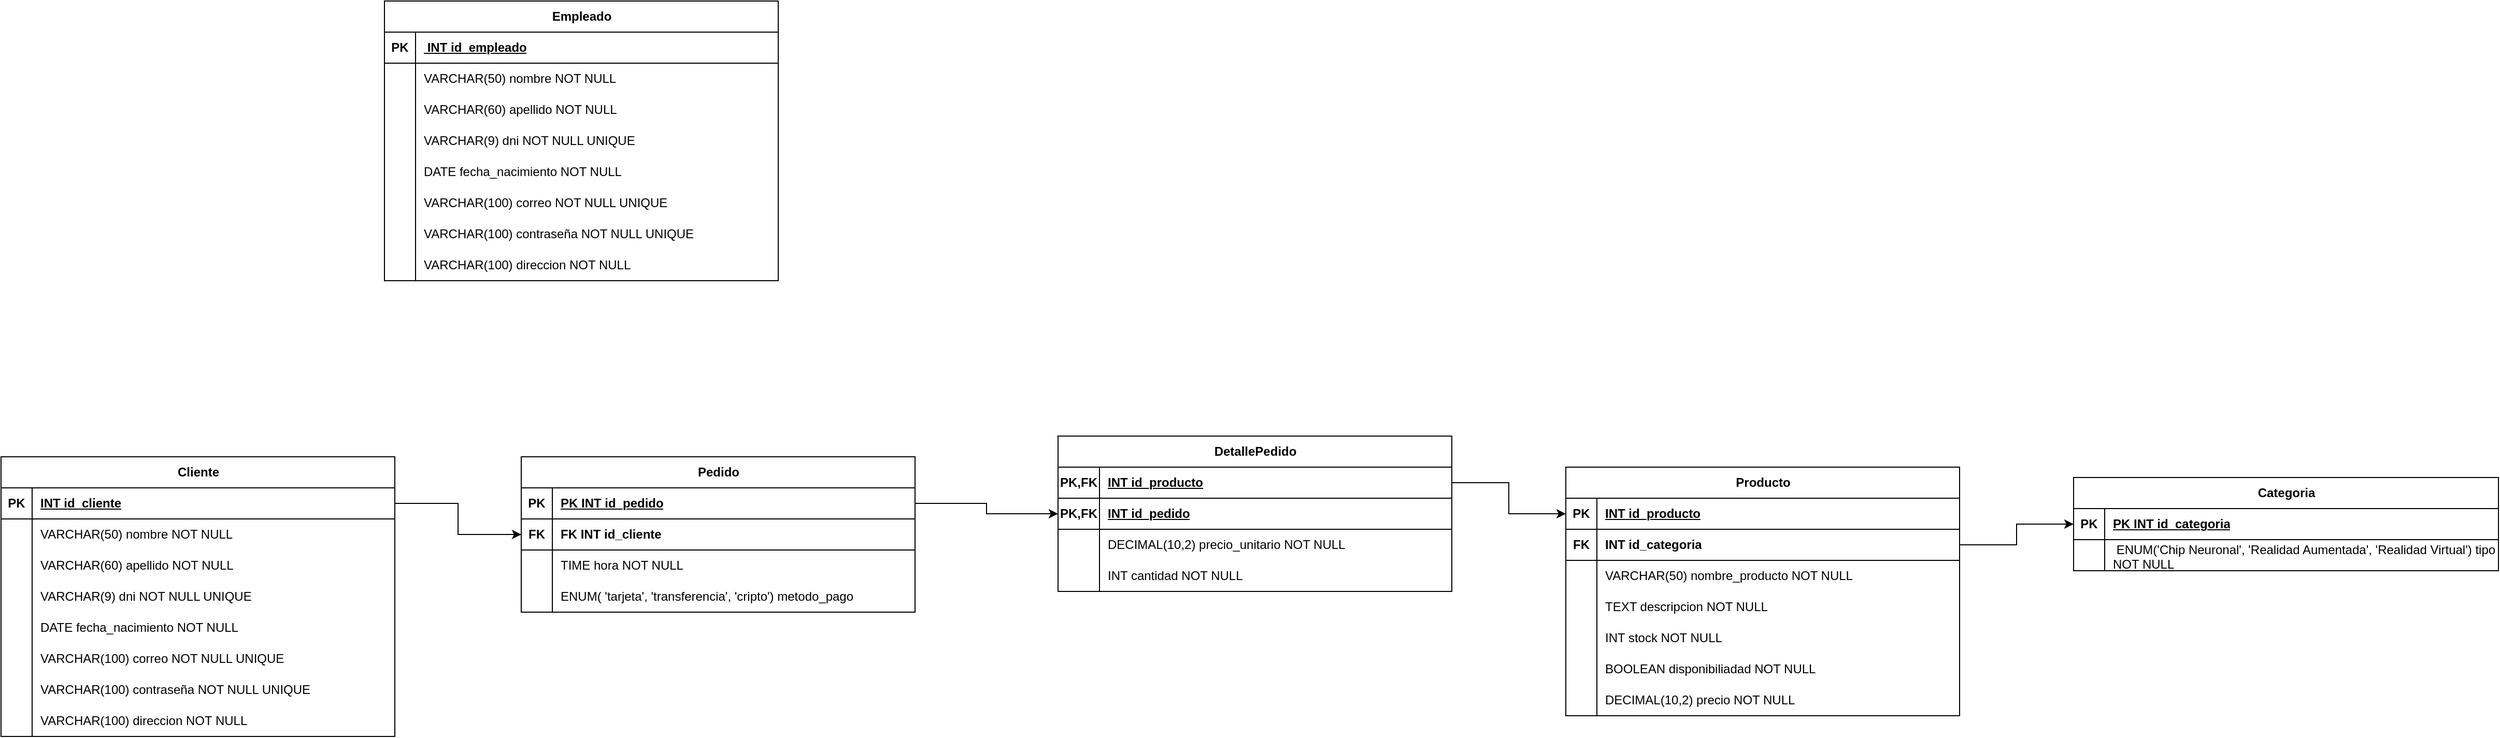
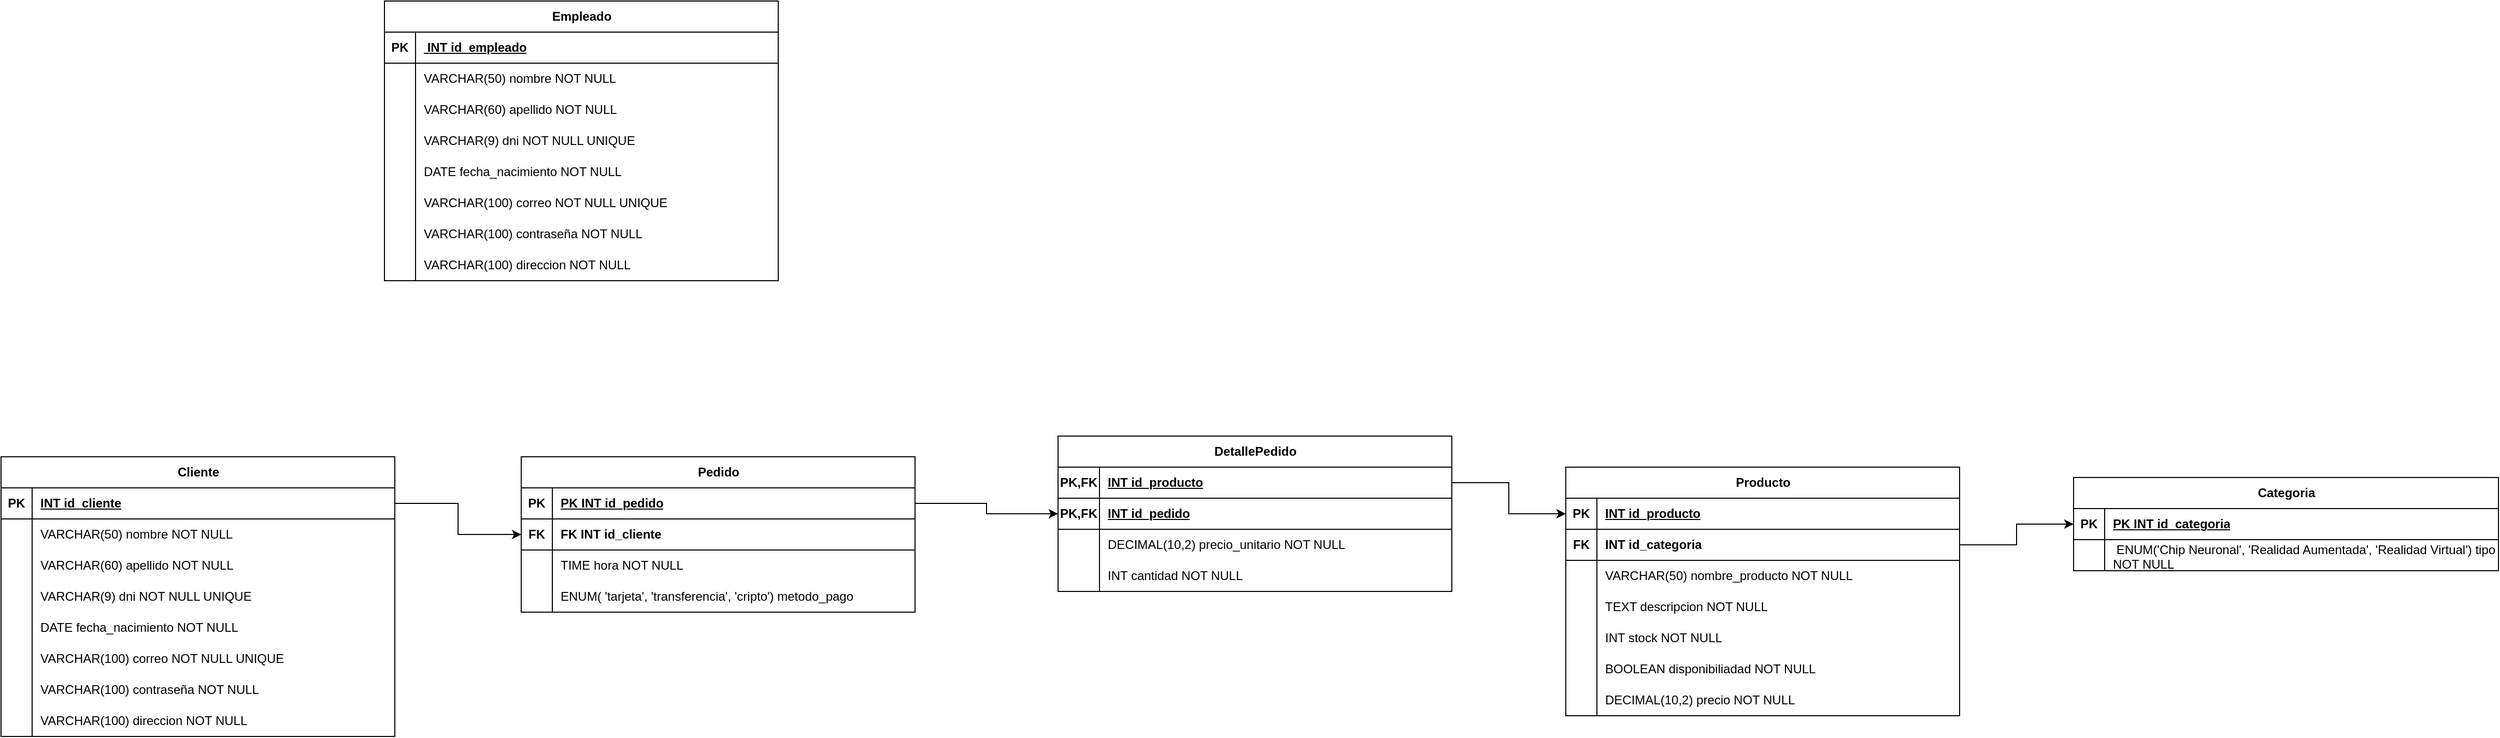
<mxfile host="Electron" agent="Mozilla/5.0 (Windows NT 10.0; Win64; x64) AppleWebKit/537.36 (KHTML, like Gecko) draw.io/28.2.5 Chrome/138.0.7204.251 Electron/37.6.1 Safari/537.36" version="28.2.5">
  <diagram name="Página-1" id="Us1kO-nOTCqCHDCIiCvN">
-     <mxGraphModel dx="1282" dy="3002" grid="1" gridSize="10" guides="1" tooltips="1" connect="1" arrows="1" fold="1" page="1" pageScale="1" pageWidth="900" pageHeight="1600" math="0" shadow="0">
+     <mxGraphModel dx="675" dy="2088" grid="1" gridSize="10" guides="1" tooltips="1" connect="1" arrows="1" fold="1" page="1" pageScale="1" pageWidth="900" pageHeight="1600" math="0" shadow="0">
      <root>
        <mxCell id="0" />
        <mxCell id="1" parent="0" />
        <mxCell id="2lxf2-dTHjCysQbzNy2N-1" value="Cliente" style="shape=table;startSize=30;container=1;collapsible=1;childLayout=tableLayout;fixedRows=1;rowLines=0;fontStyle=1;align=center;resizeLast=1;html=1;" vertex="1" parent="1">
          <mxGeometry x="110" y="240" width="380" height="270" as="geometry" />
        </mxCell>
        <mxCell id="2lxf2-dTHjCysQbzNy2N-2" value="" style="shape=tableRow;horizontal=0;startSize=0;swimlaneHead=0;swimlaneBody=0;fillColor=none;collapsible=0;dropTarget=0;points=[[0,0.5],[1,0.5]];portConstraint=eastwest;top=0;left=0;right=0;bottom=1;" vertex="1" parent="2lxf2-dTHjCysQbzNy2N-1">
          <mxGeometry y="30" width="380" height="30" as="geometry" />
        </mxCell>
        <mxCell id="2lxf2-dTHjCysQbzNy2N-3" value="PK" style="shape=partialRectangle;connectable=0;fillColor=none;top=0;left=0;bottom=0;right=0;fontStyle=1;overflow=hidden;whiteSpace=wrap;html=1;" vertex="1" parent="2lxf2-dTHjCysQbzNy2N-2">
          <mxGeometry width="30" height="30" as="geometry">
            <mxRectangle width="30" height="30" as="alternateBounds" />
          </mxGeometry>
        </mxCell>
        <mxCell id="2lxf2-dTHjCysQbzNy2N-4" value="INT id_cliente" style="shape=partialRectangle;connectable=0;fillColor=none;top=0;left=0;bottom=0;right=0;align=left;spacingLeft=6;fontStyle=5;overflow=hidden;whiteSpace=wrap;html=1;" vertex="1" parent="2lxf2-dTHjCysQbzNy2N-2">
          <mxGeometry x="30" width="350" height="30" as="geometry">
            <mxRectangle width="350" height="30" as="alternateBounds" />
          </mxGeometry>
        </mxCell>
        <mxCell id="2lxf2-dTHjCysQbzNy2N-5" value="" style="shape=tableRow;horizontal=0;startSize=0;swimlaneHead=0;swimlaneBody=0;fillColor=none;collapsible=0;dropTarget=0;points=[[0,0.5],[1,0.5]];portConstraint=eastwest;top=0;left=0;right=0;bottom=0;" vertex="1" parent="2lxf2-dTHjCysQbzNy2N-1">
          <mxGeometry y="60" width="380" height="30" as="geometry" />
        </mxCell>
        <mxCell id="2lxf2-dTHjCysQbzNy2N-6" value="" style="shape=partialRectangle;connectable=0;fillColor=none;top=0;left=0;bottom=0;right=0;editable=1;overflow=hidden;whiteSpace=wrap;html=1;" vertex="1" parent="2lxf2-dTHjCysQbzNy2N-5">
          <mxGeometry width="30" height="30" as="geometry">
            <mxRectangle width="30" height="30" as="alternateBounds" />
          </mxGeometry>
        </mxCell>
        <mxCell id="2lxf2-dTHjCysQbzNy2N-7" value="VARCHAR(50) nombre NOT NULL" style="shape=partialRectangle;connectable=0;fillColor=none;top=0;left=0;bottom=0;right=0;align=left;spacingLeft=6;overflow=hidden;whiteSpace=wrap;html=1;" vertex="1" parent="2lxf2-dTHjCysQbzNy2N-5">
          <mxGeometry x="30" width="350" height="30" as="geometry">
            <mxRectangle width="350" height="30" as="alternateBounds" />
          </mxGeometry>
        </mxCell>
        <mxCell id="2lxf2-dTHjCysQbzNy2N-8" value="" style="shape=tableRow;horizontal=0;startSize=0;swimlaneHead=0;swimlaneBody=0;fillColor=none;collapsible=0;dropTarget=0;points=[[0,0.5],[1,0.5]];portConstraint=eastwest;top=0;left=0;right=0;bottom=0;" vertex="1" parent="2lxf2-dTHjCysQbzNy2N-1">
          <mxGeometry y="90" width="380" height="30" as="geometry" />
        </mxCell>
        <mxCell id="2lxf2-dTHjCysQbzNy2N-9" value="" style="shape=partialRectangle;connectable=0;fillColor=none;top=0;left=0;bottom=0;right=0;editable=1;overflow=hidden;whiteSpace=wrap;html=1;" vertex="1" parent="2lxf2-dTHjCysQbzNy2N-8">
          <mxGeometry width="30" height="30" as="geometry">
            <mxRectangle width="30" height="30" as="alternateBounds" />
          </mxGeometry>
        </mxCell>
        <mxCell id="2lxf2-dTHjCysQbzNy2N-10" value="VARCHAR(60) apellido NOT NULL" style="shape=partialRectangle;connectable=0;fillColor=none;top=0;left=0;bottom=0;right=0;align=left;spacingLeft=6;overflow=hidden;whiteSpace=wrap;html=1;" vertex="1" parent="2lxf2-dTHjCysQbzNy2N-8">
          <mxGeometry x="30" width="350" height="30" as="geometry">
            <mxRectangle width="350" height="30" as="alternateBounds" />
          </mxGeometry>
        </mxCell>
        <mxCell id="2lxf2-dTHjCysQbzNy2N-11" value="" style="shape=tableRow;horizontal=0;startSize=0;swimlaneHead=0;swimlaneBody=0;fillColor=none;collapsible=0;dropTarget=0;points=[[0,0.5],[1,0.5]];portConstraint=eastwest;top=0;left=0;right=0;bottom=0;" vertex="1" parent="2lxf2-dTHjCysQbzNy2N-1">
          <mxGeometry y="120" width="380" height="30" as="geometry" />
        </mxCell>
        <mxCell id="2lxf2-dTHjCysQbzNy2N-12" value="" style="shape=partialRectangle;connectable=0;fillColor=none;top=0;left=0;bottom=0;right=0;editable=1;overflow=hidden;whiteSpace=wrap;html=1;" vertex="1" parent="2lxf2-dTHjCysQbzNy2N-11">
          <mxGeometry width="30" height="30" as="geometry">
            <mxRectangle width="30" height="30" as="alternateBounds" />
          </mxGeometry>
        </mxCell>
        <mxCell id="2lxf2-dTHjCysQbzNy2N-13" value="VARCHAR(9) dni NOT NULL UNIQUE" style="shape=partialRectangle;connectable=0;fillColor=none;top=0;left=0;bottom=0;right=0;align=left;spacingLeft=6;overflow=hidden;whiteSpace=wrap;html=1;" vertex="1" parent="2lxf2-dTHjCysQbzNy2N-11">
          <mxGeometry x="30" width="350" height="30" as="geometry">
            <mxRectangle width="350" height="30" as="alternateBounds" />
          </mxGeometry>
        </mxCell>
        <mxCell id="2lxf2-dTHjCysQbzNy2N-14" value="" style="shape=tableRow;horizontal=0;startSize=0;swimlaneHead=0;swimlaneBody=0;fillColor=none;collapsible=0;dropTarget=0;points=[[0,0.5],[1,0.5]];portConstraint=eastwest;top=0;left=0;right=0;bottom=0;" vertex="1" parent="2lxf2-dTHjCysQbzNy2N-1">
          <mxGeometry y="150" width="380" height="30" as="geometry" />
        </mxCell>
        <mxCell id="2lxf2-dTHjCysQbzNy2N-15" value="" style="shape=partialRectangle;connectable=0;fillColor=none;top=0;left=0;bottom=0;right=0;editable=1;overflow=hidden;whiteSpace=wrap;html=1;" vertex="1" parent="2lxf2-dTHjCysQbzNy2N-14">
          <mxGeometry width="30" height="30" as="geometry">
            <mxRectangle width="30" height="30" as="alternateBounds" />
          </mxGeometry>
        </mxCell>
        <mxCell id="2lxf2-dTHjCysQbzNy2N-16" value="DATE fecha_nacimiento NOT NULL" style="shape=partialRectangle;connectable=0;fillColor=none;top=0;left=0;bottom=0;right=0;align=left;spacingLeft=6;overflow=hidden;whiteSpace=wrap;html=1;" vertex="1" parent="2lxf2-dTHjCysQbzNy2N-14">
          <mxGeometry x="30" width="350" height="30" as="geometry">
            <mxRectangle width="350" height="30" as="alternateBounds" />
          </mxGeometry>
        </mxCell>
        <mxCell id="2lxf2-dTHjCysQbzNy2N-17" value="" style="shape=tableRow;horizontal=0;startSize=0;swimlaneHead=0;swimlaneBody=0;fillColor=none;collapsible=0;dropTarget=0;points=[[0,0.5],[1,0.5]];portConstraint=eastwest;top=0;left=0;right=0;bottom=0;" vertex="1" parent="2lxf2-dTHjCysQbzNy2N-1">
          <mxGeometry y="180" width="380" height="30" as="geometry" />
        </mxCell>
        <mxCell id="2lxf2-dTHjCysQbzNy2N-18" value="" style="shape=partialRectangle;connectable=0;fillColor=none;top=0;left=0;bottom=0;right=0;editable=1;overflow=hidden;whiteSpace=wrap;html=1;" vertex="1" parent="2lxf2-dTHjCysQbzNy2N-17">
          <mxGeometry width="30" height="30" as="geometry">
            <mxRectangle width="30" height="30" as="alternateBounds" />
          </mxGeometry>
        </mxCell>
        <mxCell id="2lxf2-dTHjCysQbzNy2N-19" value="VARCHAR(100) correo NOT NULL UNIQUE" style="shape=partialRectangle;connectable=0;fillColor=none;top=0;left=0;bottom=0;right=0;align=left;spacingLeft=6;overflow=hidden;whiteSpace=wrap;html=1;" vertex="1" parent="2lxf2-dTHjCysQbzNy2N-17">
          <mxGeometry x="30" width="350" height="30" as="geometry">
            <mxRectangle width="350" height="30" as="alternateBounds" />
          </mxGeometry>
        </mxCell>
        <mxCell id="2lxf2-dTHjCysQbzNy2N-20" value="" style="shape=tableRow;horizontal=0;startSize=0;swimlaneHead=0;swimlaneBody=0;fillColor=none;collapsible=0;dropTarget=0;points=[[0,0.5],[1,0.5]];portConstraint=eastwest;top=0;left=0;right=0;bottom=0;" vertex="1" parent="2lxf2-dTHjCysQbzNy2N-1">
          <mxGeometry y="210" width="380" height="30" as="geometry" />
        </mxCell>
        <mxCell id="2lxf2-dTHjCysQbzNy2N-21" value="" style="shape=partialRectangle;connectable=0;fillColor=none;top=0;left=0;bottom=0;right=0;editable=1;overflow=hidden;whiteSpace=wrap;html=1;" vertex="1" parent="2lxf2-dTHjCysQbzNy2N-20">
          <mxGeometry width="30" height="30" as="geometry">
            <mxRectangle width="30" height="30" as="alternateBounds" />
          </mxGeometry>
        </mxCell>
-         <mxCell id="2lxf2-dTHjCysQbzNy2N-22" value="VARCHAR(100) contraseña NOT NULL UNIQUE" style="shape=partialRectangle;connectable=0;fillColor=none;top=0;left=0;bottom=0;right=0;align=left;spacingLeft=6;overflow=hidden;whiteSpace=wrap;html=1;" vertex="1" parent="2lxf2-dTHjCysQbzNy2N-20">
+         <mxCell id="2lxf2-dTHjCysQbzNy2N-22" value="VARCHAR(100) contraseña NOT NULL&amp;nbsp;" style="shape=partialRectangle;connectable=0;fillColor=none;top=0;left=0;bottom=0;right=0;align=left;spacingLeft=6;overflow=hidden;whiteSpace=wrap;html=1;" vertex="1" parent="2lxf2-dTHjCysQbzNy2N-20">
          <mxGeometry x="30" width="350" height="30" as="geometry">
            <mxRectangle width="350" height="30" as="alternateBounds" />
          </mxGeometry>
        </mxCell>
        <mxCell id="2lxf2-dTHjCysQbzNy2N-27" value="" style="shape=tableRow;horizontal=0;startSize=0;swimlaneHead=0;swimlaneBody=0;fillColor=none;collapsible=0;dropTarget=0;points=[[0,0.5],[1,0.5]];portConstraint=eastwest;top=0;left=0;right=0;bottom=0;" vertex="1" parent="2lxf2-dTHjCysQbzNy2N-1">
          <mxGeometry y="240" width="380" height="30" as="geometry" />
        </mxCell>
        <mxCell id="2lxf2-dTHjCysQbzNy2N-28" value="" style="shape=partialRectangle;connectable=0;fillColor=none;top=0;left=0;bottom=0;right=0;editable=1;overflow=hidden;whiteSpace=wrap;html=1;" vertex="1" parent="2lxf2-dTHjCysQbzNy2N-27">
          <mxGeometry width="30" height="30" as="geometry">
            <mxRectangle width="30" height="30" as="alternateBounds" />
          </mxGeometry>
        </mxCell>
        <mxCell id="2lxf2-dTHjCysQbzNy2N-29" value="VARCHAR(100) direccion NOT NULL" style="shape=partialRectangle;connectable=0;fillColor=none;top=0;left=0;bottom=0;right=0;align=left;spacingLeft=6;overflow=hidden;whiteSpace=wrap;html=1;" vertex="1" parent="2lxf2-dTHjCysQbzNy2N-27">
          <mxGeometry x="30" width="350" height="30" as="geometry">
            <mxRectangle width="350" height="30" as="alternateBounds" />
          </mxGeometry>
        </mxCell>
        <mxCell id="2lxf2-dTHjCysQbzNy2N-30" value="Pedido" style="shape=table;startSize=30;container=1;collapsible=1;childLayout=tableLayout;fixedRows=1;rowLines=0;fontStyle=1;align=center;resizeLast=1;html=1;" vertex="1" parent="1">
          <mxGeometry x="612" y="240" width="380" height="150" as="geometry">
            <mxRectangle x="612" y="240" width="80" height="30" as="alternateBounds" />
          </mxGeometry>
        </mxCell>
        <mxCell id="2lxf2-dTHjCysQbzNy2N-31" value="" style="shape=tableRow;horizontal=0;startSize=0;swimlaneHead=0;swimlaneBody=0;fillColor=none;collapsible=0;dropTarget=0;points=[[0,0.5],[1,0.5]];portConstraint=eastwest;top=0;left=0;right=0;bottom=1;" vertex="1" parent="2lxf2-dTHjCysQbzNy2N-30">
          <mxGeometry y="30" width="380" height="30" as="geometry" />
        </mxCell>
        <mxCell id="2lxf2-dTHjCysQbzNy2N-32" value="PK" style="shape=partialRectangle;connectable=0;fillColor=none;top=0;left=0;bottom=0;right=0;fontStyle=1;overflow=hidden;whiteSpace=wrap;html=1;" vertex="1" parent="2lxf2-dTHjCysQbzNy2N-31">
          <mxGeometry width="30" height="30" as="geometry">
            <mxRectangle width="30" height="30" as="alternateBounds" />
          </mxGeometry>
        </mxCell>
        <mxCell id="2lxf2-dTHjCysQbzNy2N-33" value="PK INT id_pedido" style="shape=partialRectangle;connectable=0;fillColor=none;top=0;left=0;bottom=0;right=0;align=left;spacingLeft=6;fontStyle=5;overflow=hidden;whiteSpace=wrap;html=1;" vertex="1" parent="2lxf2-dTHjCysQbzNy2N-31">
          <mxGeometry x="30" width="350" height="30" as="geometry">
            <mxRectangle width="350" height="30" as="alternateBounds" />
          </mxGeometry>
        </mxCell>
        <mxCell id="2lxf2-dTHjCysQbzNy2N-58" value="" style="shape=tableRow;horizontal=0;startSize=0;swimlaneHead=0;swimlaneBody=0;fillColor=none;collapsible=0;dropTarget=0;points=[[0,0.5],[1,0.5]];portConstraint=eastwest;top=0;left=0;right=0;bottom=1;" vertex="1" parent="2lxf2-dTHjCysQbzNy2N-30">
          <mxGeometry y="60" width="380" height="30" as="geometry" />
        </mxCell>
        <mxCell id="2lxf2-dTHjCysQbzNy2N-59" value="FK" style="shape=partialRectangle;connectable=0;fillColor=none;top=0;left=0;bottom=0;right=0;fontStyle=1;overflow=hidden;whiteSpace=wrap;html=1;" vertex="1" parent="2lxf2-dTHjCysQbzNy2N-58">
          <mxGeometry width="30" height="30" as="geometry">
            <mxRectangle width="30" height="30" as="alternateBounds" />
          </mxGeometry>
        </mxCell>
        <mxCell id="2lxf2-dTHjCysQbzNy2N-60" value="FK INT id_cliente" style="shape=partialRectangle;connectable=0;fillColor=none;top=0;left=0;bottom=0;right=0;align=left;spacingLeft=6;fontStyle=1;overflow=hidden;whiteSpace=wrap;html=1;strokeColor=inherit;" vertex="1" parent="2lxf2-dTHjCysQbzNy2N-58">
          <mxGeometry x="30" width="350" height="30" as="geometry">
            <mxRectangle width="350" height="30" as="alternateBounds" />
          </mxGeometry>
        </mxCell>
        <mxCell id="2lxf2-dTHjCysQbzNy2N-34" value="" style="shape=tableRow;horizontal=0;startSize=0;swimlaneHead=0;swimlaneBody=0;fillColor=none;collapsible=0;dropTarget=0;points=[[0,0.5],[1,0.5]];portConstraint=eastwest;top=0;left=0;right=0;bottom=0;" vertex="1" parent="2lxf2-dTHjCysQbzNy2N-30">
          <mxGeometry y="90" width="380" height="30" as="geometry" />
        </mxCell>
        <mxCell id="2lxf2-dTHjCysQbzNy2N-35" value="" style="shape=partialRectangle;connectable=0;fillColor=none;top=0;left=0;bottom=0;right=0;editable=1;overflow=hidden;whiteSpace=wrap;html=1;" vertex="1" parent="2lxf2-dTHjCysQbzNy2N-34">
          <mxGeometry width="30" height="30" as="geometry">
            <mxRectangle width="30" height="30" as="alternateBounds" />
          </mxGeometry>
        </mxCell>
        <mxCell id="2lxf2-dTHjCysQbzNy2N-36" value="TIME hora NOT NULL" style="shape=partialRectangle;connectable=0;fillColor=none;top=0;left=0;bottom=0;right=0;align=left;spacingLeft=6;overflow=hidden;whiteSpace=wrap;html=1;" vertex="1" parent="2lxf2-dTHjCysQbzNy2N-34">
          <mxGeometry x="30" width="350" height="30" as="geometry">
            <mxRectangle width="350" height="30" as="alternateBounds" />
          </mxGeometry>
        </mxCell>
        <mxCell id="2lxf2-dTHjCysQbzNy2N-40" value="" style="shape=tableRow;horizontal=0;startSize=0;swimlaneHead=0;swimlaneBody=0;fillColor=none;collapsible=0;dropTarget=0;points=[[0,0.5],[1,0.5]];portConstraint=eastwest;top=0;left=0;right=0;bottom=0;" vertex="1" parent="2lxf2-dTHjCysQbzNy2N-30">
          <mxGeometry y="120" width="380" height="30" as="geometry" />
        </mxCell>
        <mxCell id="2lxf2-dTHjCysQbzNy2N-41" value="" style="shape=partialRectangle;connectable=0;fillColor=none;top=0;left=0;bottom=0;right=0;editable=1;overflow=hidden;whiteSpace=wrap;html=1;" vertex="1" parent="2lxf2-dTHjCysQbzNy2N-40">
          <mxGeometry width="30" height="30" as="geometry">
            <mxRectangle width="30" height="30" as="alternateBounds" />
          </mxGeometry>
        </mxCell>
        <mxCell id="2lxf2-dTHjCysQbzNy2N-42" value="ENUM( &#39;tarjeta&#39;, &#39;transferencia&#39;, &#39;cripto&#39;) metodo_pago" style="shape=partialRectangle;connectable=0;fillColor=none;top=0;left=0;bottom=0;right=0;align=left;spacingLeft=6;overflow=hidden;whiteSpace=wrap;html=1;" vertex="1" parent="2lxf2-dTHjCysQbzNy2N-40">
          <mxGeometry x="30" width="350" height="30" as="geometry">
            <mxRectangle width="350" height="30" as="alternateBounds" />
          </mxGeometry>
        </mxCell>
        <mxCell id="2lxf2-dTHjCysQbzNy2N-61" value="Producto" style="shape=table;startSize=30;container=1;collapsible=1;childLayout=tableLayout;fixedRows=1;rowLines=0;fontStyle=1;align=center;resizeLast=1;html=1;" vertex="1" parent="1">
          <mxGeometry x="1620" y="250" width="380" height="240" as="geometry" />
        </mxCell>
        <mxCell id="2lxf2-dTHjCysQbzNy2N-62" value="" style="shape=tableRow;horizontal=0;startSize=0;swimlaneHead=0;swimlaneBody=0;fillColor=none;collapsible=0;dropTarget=0;points=[[0,0.5],[1,0.5]];portConstraint=eastwest;top=0;left=0;right=0;bottom=1;" vertex="1" parent="2lxf2-dTHjCysQbzNy2N-61">
          <mxGeometry y="30" width="380" height="30" as="geometry" />
        </mxCell>
        <mxCell id="2lxf2-dTHjCysQbzNy2N-63" value="PK" style="shape=partialRectangle;connectable=0;fillColor=none;top=0;left=0;bottom=0;right=0;fontStyle=1;overflow=hidden;whiteSpace=wrap;html=1;" vertex="1" parent="2lxf2-dTHjCysQbzNy2N-62">
          <mxGeometry width="30" height="30" as="geometry">
            <mxRectangle width="30" height="30" as="alternateBounds" />
          </mxGeometry>
        </mxCell>
        <mxCell id="2lxf2-dTHjCysQbzNy2N-64" value="INT id_producto" style="shape=partialRectangle;connectable=0;fillColor=none;top=0;left=0;bottom=0;right=0;align=left;spacingLeft=6;fontStyle=5;overflow=hidden;whiteSpace=wrap;html=1;" vertex="1" parent="2lxf2-dTHjCysQbzNy2N-62">
          <mxGeometry x="30" width="350" height="30" as="geometry">
            <mxRectangle width="350" height="30" as="alternateBounds" />
          </mxGeometry>
        </mxCell>
        <mxCell id="2lxf2-dTHjCysQbzNy2N-89" value="" style="shape=tableRow;horizontal=0;startSize=0;swimlaneHead=0;swimlaneBody=0;fillColor=none;collapsible=0;dropTarget=0;points=[[0,0.5],[1,0.5]];portConstraint=eastwest;top=0;left=0;right=0;bottom=1;" vertex="1" parent="2lxf2-dTHjCysQbzNy2N-61">
          <mxGeometry y="60" width="380" height="30" as="geometry" />
        </mxCell>
        <mxCell id="2lxf2-dTHjCysQbzNy2N-90" value="FK" style="shape=partialRectangle;connectable=0;fillColor=none;top=0;left=0;bottom=0;right=0;fontStyle=1;overflow=hidden;whiteSpace=wrap;html=1;" vertex="1" parent="2lxf2-dTHjCysQbzNy2N-89">
          <mxGeometry width="30" height="30" as="geometry">
            <mxRectangle width="30" height="30" as="alternateBounds" />
          </mxGeometry>
        </mxCell>
        <mxCell id="2lxf2-dTHjCysQbzNy2N-91" value="INT id_categoria" style="shape=partialRectangle;connectable=0;fillColor=none;top=0;left=0;bottom=0;right=0;align=left;spacingLeft=6;fontStyle=1;overflow=hidden;whiteSpace=wrap;html=1;" vertex="1" parent="2lxf2-dTHjCysQbzNy2N-89">
          <mxGeometry x="30" width="350" height="30" as="geometry">
            <mxRectangle width="350" height="30" as="alternateBounds" />
          </mxGeometry>
        </mxCell>
        <mxCell id="2lxf2-dTHjCysQbzNy2N-65" value="" style="shape=tableRow;horizontal=0;startSize=0;swimlaneHead=0;swimlaneBody=0;fillColor=none;collapsible=0;dropTarget=0;points=[[0,0.5],[1,0.5]];portConstraint=eastwest;top=0;left=0;right=0;bottom=0;" vertex="1" parent="2lxf2-dTHjCysQbzNy2N-61">
          <mxGeometry y="90" width="380" height="30" as="geometry" />
        </mxCell>
        <mxCell id="2lxf2-dTHjCysQbzNy2N-66" value="" style="shape=partialRectangle;connectable=0;fillColor=none;top=0;left=0;bottom=0;right=0;editable=1;overflow=hidden;whiteSpace=wrap;html=1;" vertex="1" parent="2lxf2-dTHjCysQbzNy2N-65">
          <mxGeometry width="30" height="30" as="geometry">
            <mxRectangle width="30" height="30" as="alternateBounds" />
          </mxGeometry>
        </mxCell>
        <mxCell id="2lxf2-dTHjCysQbzNy2N-67" value="VARCHAR(50) nombre_producto NOT NULL" style="shape=partialRectangle;connectable=0;fillColor=none;top=0;left=0;bottom=0;right=0;align=left;spacingLeft=6;overflow=hidden;whiteSpace=wrap;html=1;" vertex="1" parent="2lxf2-dTHjCysQbzNy2N-65">
          <mxGeometry x="30" width="350" height="30" as="geometry">
            <mxRectangle width="350" height="30" as="alternateBounds" />
          </mxGeometry>
        </mxCell>
        <mxCell id="2lxf2-dTHjCysQbzNy2N-68" value="" style="shape=tableRow;horizontal=0;startSize=0;swimlaneHead=0;swimlaneBody=0;fillColor=none;collapsible=0;dropTarget=0;points=[[0,0.5],[1,0.5]];portConstraint=eastwest;top=0;left=0;right=0;bottom=0;" vertex="1" parent="2lxf2-dTHjCysQbzNy2N-61">
          <mxGeometry y="120" width="380" height="30" as="geometry" />
        </mxCell>
        <mxCell id="2lxf2-dTHjCysQbzNy2N-69" value="" style="shape=partialRectangle;connectable=0;fillColor=none;top=0;left=0;bottom=0;right=0;editable=1;overflow=hidden;whiteSpace=wrap;html=1;" vertex="1" parent="2lxf2-dTHjCysQbzNy2N-68">
          <mxGeometry width="30" height="30" as="geometry">
            <mxRectangle width="30" height="30" as="alternateBounds" />
          </mxGeometry>
        </mxCell>
        <mxCell id="2lxf2-dTHjCysQbzNy2N-70" value="TEXT descripcion NOT NULL" style="shape=partialRectangle;connectable=0;fillColor=none;top=0;left=0;bottom=0;right=0;align=left;spacingLeft=6;overflow=hidden;whiteSpace=wrap;html=1;" vertex="1" parent="2lxf2-dTHjCysQbzNy2N-68">
          <mxGeometry x="30" width="350" height="30" as="geometry">
            <mxRectangle width="350" height="30" as="alternateBounds" />
          </mxGeometry>
        </mxCell>
        <mxCell id="2lxf2-dTHjCysQbzNy2N-71" value="" style="shape=tableRow;horizontal=0;startSize=0;swimlaneHead=0;swimlaneBody=0;fillColor=none;collapsible=0;dropTarget=0;points=[[0,0.5],[1,0.5]];portConstraint=eastwest;top=0;left=0;right=0;bottom=0;" vertex="1" parent="2lxf2-dTHjCysQbzNy2N-61">
          <mxGeometry y="150" width="380" height="30" as="geometry" />
        </mxCell>
        <mxCell id="2lxf2-dTHjCysQbzNy2N-72" value="" style="shape=partialRectangle;connectable=0;fillColor=none;top=0;left=0;bottom=0;right=0;editable=1;overflow=hidden;whiteSpace=wrap;html=1;" vertex="1" parent="2lxf2-dTHjCysQbzNy2N-71">
          <mxGeometry width="30" height="30" as="geometry">
            <mxRectangle width="30" height="30" as="alternateBounds" />
          </mxGeometry>
        </mxCell>
        <mxCell id="2lxf2-dTHjCysQbzNy2N-73" value="INT stock NOT NULL" style="shape=partialRectangle;connectable=0;fillColor=none;top=0;left=0;bottom=0;right=0;align=left;spacingLeft=6;overflow=hidden;whiteSpace=wrap;html=1;" vertex="1" parent="2lxf2-dTHjCysQbzNy2N-71">
          <mxGeometry x="30" width="350" height="30" as="geometry">
            <mxRectangle width="350" height="30" as="alternateBounds" />
          </mxGeometry>
        </mxCell>
        <mxCell id="2lxf2-dTHjCysQbzNy2N-74" value="" style="shape=tableRow;horizontal=0;startSize=0;swimlaneHead=0;swimlaneBody=0;fillColor=none;collapsible=0;dropTarget=0;points=[[0,0.5],[1,0.5]];portConstraint=eastwest;top=0;left=0;right=0;bottom=0;" vertex="1" parent="2lxf2-dTHjCysQbzNy2N-61">
          <mxGeometry y="180" width="380" height="30" as="geometry" />
        </mxCell>
        <mxCell id="2lxf2-dTHjCysQbzNy2N-75" value="" style="shape=partialRectangle;connectable=0;fillColor=none;top=0;left=0;bottom=0;right=0;editable=1;overflow=hidden;whiteSpace=wrap;html=1;" vertex="1" parent="2lxf2-dTHjCysQbzNy2N-74">
          <mxGeometry width="30" height="30" as="geometry">
            <mxRectangle width="30" height="30" as="alternateBounds" />
          </mxGeometry>
        </mxCell>
        <mxCell id="2lxf2-dTHjCysQbzNy2N-76" value="BOOLEAN disponibiliadad NOT NULL" style="shape=partialRectangle;connectable=0;fillColor=none;top=0;left=0;bottom=0;right=0;align=left;spacingLeft=6;overflow=hidden;whiteSpace=wrap;html=1;" vertex="1" parent="2lxf2-dTHjCysQbzNy2N-74">
          <mxGeometry x="30" width="350" height="30" as="geometry">
            <mxRectangle width="350" height="30" as="alternateBounds" />
          </mxGeometry>
        </mxCell>
        <mxCell id="2lxf2-dTHjCysQbzNy2N-203" value="" style="shape=tableRow;horizontal=0;startSize=0;swimlaneHead=0;swimlaneBody=0;fillColor=none;collapsible=0;dropTarget=0;points=[[0,0.5],[1,0.5]];portConstraint=eastwest;top=0;left=0;right=0;bottom=0;" vertex="1" parent="2lxf2-dTHjCysQbzNy2N-61">
          <mxGeometry y="210" width="380" height="30" as="geometry" />
        </mxCell>
        <mxCell id="2lxf2-dTHjCysQbzNy2N-204" value="" style="shape=partialRectangle;connectable=0;fillColor=none;top=0;left=0;bottom=0;right=0;editable=1;overflow=hidden;whiteSpace=wrap;html=1;" vertex="1" parent="2lxf2-dTHjCysQbzNy2N-203">
          <mxGeometry width="30" height="30" as="geometry">
            <mxRectangle width="30" height="30" as="alternateBounds" />
          </mxGeometry>
        </mxCell>
        <mxCell id="2lxf2-dTHjCysQbzNy2N-205" value="DECIMAL(10,2) precio NOT NULL" style="shape=partialRectangle;connectable=0;fillColor=none;top=0;left=0;bottom=0;right=0;align=left;spacingLeft=6;overflow=hidden;whiteSpace=wrap;html=1;" vertex="1" parent="2lxf2-dTHjCysQbzNy2N-203">
          <mxGeometry x="30" width="350" height="30" as="geometry">
            <mxRectangle width="350" height="30" as="alternateBounds" />
          </mxGeometry>
        </mxCell>
        <mxCell id="2lxf2-dTHjCysQbzNy2N-120" value="Categoria" style="shape=table;startSize=30;container=1;collapsible=1;childLayout=tableLayout;fixedRows=1;rowLines=0;fontStyle=1;align=center;resizeLast=1;html=1;" vertex="1" parent="1">
          <mxGeometry x="2110" y="260" width="410" height="90" as="geometry" />
        </mxCell>
        <mxCell id="2lxf2-dTHjCysQbzNy2N-121" value="" style="shape=tableRow;horizontal=0;startSize=0;swimlaneHead=0;swimlaneBody=0;fillColor=none;collapsible=0;dropTarget=0;points=[[0,0.5],[1,0.5]];portConstraint=eastwest;top=0;left=0;right=0;bottom=1;" vertex="1" parent="2lxf2-dTHjCysQbzNy2N-120">
          <mxGeometry y="30" width="410" height="30" as="geometry" />
        </mxCell>
        <mxCell id="2lxf2-dTHjCysQbzNy2N-122" value="PK" style="shape=partialRectangle;connectable=0;fillColor=none;top=0;left=0;bottom=0;right=0;fontStyle=1;overflow=hidden;whiteSpace=wrap;html=1;" vertex="1" parent="2lxf2-dTHjCysQbzNy2N-121">
          <mxGeometry width="30" height="30" as="geometry">
            <mxRectangle width="30" height="30" as="alternateBounds" />
          </mxGeometry>
        </mxCell>
        <mxCell id="2lxf2-dTHjCysQbzNy2N-123" value="PK INT id_categoria" style="shape=partialRectangle;connectable=0;fillColor=none;top=0;left=0;bottom=0;right=0;align=left;spacingLeft=6;fontStyle=5;overflow=hidden;whiteSpace=wrap;html=1;" vertex="1" parent="2lxf2-dTHjCysQbzNy2N-121">
          <mxGeometry x="30" width="380" height="30" as="geometry">
            <mxRectangle width="380" height="30" as="alternateBounds" />
          </mxGeometry>
        </mxCell>
        <mxCell id="2lxf2-dTHjCysQbzNy2N-127" value="" style="shape=tableRow;horizontal=0;startSize=0;swimlaneHead=0;swimlaneBody=0;fillColor=none;collapsible=0;dropTarget=0;points=[[0,0.5],[1,0.5]];portConstraint=eastwest;top=0;left=0;right=0;bottom=0;" vertex="1" parent="2lxf2-dTHjCysQbzNy2N-120">
          <mxGeometry y="60" width="410" height="30" as="geometry" />
        </mxCell>
        <mxCell id="2lxf2-dTHjCysQbzNy2N-128" value="" style="shape=partialRectangle;connectable=0;fillColor=none;top=0;left=0;bottom=0;right=0;editable=1;overflow=hidden;whiteSpace=wrap;html=1;" vertex="1" parent="2lxf2-dTHjCysQbzNy2N-127">
          <mxGeometry width="30" height="30" as="geometry">
            <mxRectangle width="30" height="30" as="alternateBounds" />
          </mxGeometry>
        </mxCell>
        <mxCell id="2lxf2-dTHjCysQbzNy2N-129" value="&amp;nbsp;ENUM(&#39;Chip Neuronal&#39;, &#39;Realidad Aumentada&#39;, &#39;Realidad Virtual&#39;) tipo NOT NULL" style="shape=partialRectangle;connectable=0;fillColor=none;top=0;left=0;bottom=0;right=0;align=left;spacingLeft=6;overflow=hidden;whiteSpace=wrap;html=1;" vertex="1" parent="2lxf2-dTHjCysQbzNy2N-127">
          <mxGeometry x="30" width="380" height="30" as="geometry">
            <mxRectangle width="380" height="30" as="alternateBounds" />
          </mxGeometry>
        </mxCell>
        <mxCell id="2lxf2-dTHjCysQbzNy2N-148" value="DetallePedido" style="shape=table;startSize=30;container=1;collapsible=1;childLayout=tableLayout;fixedRows=1;rowLines=0;fontStyle=1;align=center;resizeLast=1;html=1;" vertex="1" parent="1">
          <mxGeometry x="1130" y="220" width="380" height="150" as="geometry" />
        </mxCell>
        <mxCell id="2lxf2-dTHjCysQbzNy2N-149" value="" style="shape=tableRow;horizontal=0;startSize=0;swimlaneHead=0;swimlaneBody=0;fillColor=none;collapsible=0;dropTarget=0;points=[[0,0.5],[1,0.5]];portConstraint=eastwest;top=0;left=0;right=0;bottom=1;" vertex="1" parent="2lxf2-dTHjCysQbzNy2N-148">
          <mxGeometry y="30" width="380" height="30" as="geometry" />
        </mxCell>
        <mxCell id="2lxf2-dTHjCysQbzNy2N-150" value="PK,FK" style="shape=partialRectangle;connectable=0;fillColor=none;top=0;left=0;bottom=0;right=0;fontStyle=1;overflow=hidden;whiteSpace=wrap;html=1;" vertex="1" parent="2lxf2-dTHjCysQbzNy2N-149">
          <mxGeometry width="40" height="30" as="geometry">
            <mxRectangle width="40" height="30" as="alternateBounds" />
          </mxGeometry>
        </mxCell>
        <mxCell id="2lxf2-dTHjCysQbzNy2N-151" value="INT id_producto" style="shape=partialRectangle;connectable=0;fillColor=none;top=0;left=0;bottom=0;right=0;align=left;spacingLeft=6;fontStyle=5;overflow=hidden;whiteSpace=wrap;html=1;" vertex="1" parent="2lxf2-dTHjCysQbzNy2N-149">
          <mxGeometry x="40" width="340" height="30" as="geometry">
            <mxRectangle width="340" height="30" as="alternateBounds" />
          </mxGeometry>
        </mxCell>
        <mxCell id="2lxf2-dTHjCysQbzNy2N-152" value="" style="shape=tableRow;horizontal=0;startSize=0;swimlaneHead=0;swimlaneBody=0;fillColor=none;collapsible=0;dropTarget=0;points=[[0,0.5],[1,0.5]];portConstraint=eastwest;top=0;left=0;right=0;bottom=1;" vertex="1" parent="2lxf2-dTHjCysQbzNy2N-148">
          <mxGeometry y="60" width="380" height="30" as="geometry" />
        </mxCell>
        <mxCell id="2lxf2-dTHjCysQbzNy2N-153" value="PK,FK" style="shape=partialRectangle;connectable=0;fillColor=none;top=0;left=0;bottom=0;right=0;fontStyle=1;overflow=hidden;whiteSpace=wrap;html=1;" vertex="1" parent="2lxf2-dTHjCysQbzNy2N-152">
          <mxGeometry width="40" height="30" as="geometry">
            <mxRectangle width="40" height="30" as="alternateBounds" />
          </mxGeometry>
        </mxCell>
        <mxCell id="2lxf2-dTHjCysQbzNy2N-154" value="&lt;u&gt;INT id_pedido&lt;/u&gt;" style="shape=partialRectangle;connectable=0;fillColor=none;top=0;left=0;bottom=0;right=0;align=left;spacingLeft=6;fontStyle=1;overflow=hidden;whiteSpace=wrap;html=1;" vertex="1" parent="2lxf2-dTHjCysQbzNy2N-152">
          <mxGeometry x="40" width="340" height="30" as="geometry">
            <mxRectangle width="340" height="30" as="alternateBounds" />
          </mxGeometry>
        </mxCell>
        <mxCell id="2lxf2-dTHjCysQbzNy2N-155" value="" style="shape=tableRow;horizontal=0;startSize=0;swimlaneHead=0;swimlaneBody=0;fillColor=none;collapsible=0;dropTarget=0;points=[[0,0.5],[1,0.5]];portConstraint=eastwest;top=0;left=0;right=0;bottom=0;" vertex="1" parent="2lxf2-dTHjCysQbzNy2N-148">
          <mxGeometry y="90" width="380" height="30" as="geometry" />
        </mxCell>
        <mxCell id="2lxf2-dTHjCysQbzNy2N-156" value="" style="shape=partialRectangle;connectable=0;fillColor=none;top=0;left=0;bottom=0;right=0;editable=1;overflow=hidden;whiteSpace=wrap;html=1;" vertex="1" parent="2lxf2-dTHjCysQbzNy2N-155">
          <mxGeometry width="40" height="30" as="geometry">
            <mxRectangle width="40" height="30" as="alternateBounds" />
          </mxGeometry>
        </mxCell>
        <mxCell id="2lxf2-dTHjCysQbzNy2N-157" value="DECIMAL(10,2) precio_unitario NOT NULL&amp;nbsp;" style="shape=partialRectangle;connectable=0;fillColor=none;top=0;left=0;bottom=0;right=0;align=left;spacingLeft=6;overflow=hidden;whiteSpace=wrap;html=1;" vertex="1" parent="2lxf2-dTHjCysQbzNy2N-155">
          <mxGeometry x="40" width="340" height="30" as="geometry">
            <mxRectangle width="340" height="30" as="alternateBounds" />
          </mxGeometry>
        </mxCell>
        <mxCell id="2lxf2-dTHjCysQbzNy2N-158" value="" style="shape=tableRow;horizontal=0;startSize=0;swimlaneHead=0;swimlaneBody=0;fillColor=none;collapsible=0;dropTarget=0;points=[[0,0.5],[1,0.5]];portConstraint=eastwest;top=0;left=0;right=0;bottom=0;" vertex="1" parent="2lxf2-dTHjCysQbzNy2N-148">
          <mxGeometry y="120" width="380" height="30" as="geometry" />
        </mxCell>
        <mxCell id="2lxf2-dTHjCysQbzNy2N-159" value="" style="shape=partialRectangle;connectable=0;fillColor=none;top=0;left=0;bottom=0;right=0;editable=1;overflow=hidden;whiteSpace=wrap;html=1;" vertex="1" parent="2lxf2-dTHjCysQbzNy2N-158">
          <mxGeometry width="40" height="30" as="geometry">
            <mxRectangle width="40" height="30" as="alternateBounds" />
          </mxGeometry>
        </mxCell>
        <mxCell id="2lxf2-dTHjCysQbzNy2N-160" value="INT cantidad NOT NULL" style="shape=partialRectangle;connectable=0;fillColor=none;top=0;left=0;bottom=0;right=0;align=left;spacingLeft=6;overflow=hidden;whiteSpace=wrap;html=1;" vertex="1" parent="2lxf2-dTHjCysQbzNy2N-158">
          <mxGeometry x="40" width="340" height="30" as="geometry">
            <mxRectangle width="340" height="30" as="alternateBounds" />
          </mxGeometry>
        </mxCell>
        <mxCell id="2lxf2-dTHjCysQbzNy2N-167" value="Empleado" style="shape=table;startSize=30;container=1;collapsible=1;childLayout=tableLayout;fixedRows=1;rowLines=0;fontStyle=1;align=center;resizeLast=1;html=1;" vertex="1" parent="1">
          <mxGeometry x="480" y="-200" width="380" height="270" as="geometry" />
        </mxCell>
        <mxCell id="2lxf2-dTHjCysQbzNy2N-168" value="" style="shape=tableRow;horizontal=0;startSize=0;swimlaneHead=0;swimlaneBody=0;fillColor=none;collapsible=0;dropTarget=0;points=[[0,0.5],[1,0.5]];portConstraint=eastwest;top=0;left=0;right=0;bottom=1;" vertex="1" parent="2lxf2-dTHjCysQbzNy2N-167">
          <mxGeometry y="30" width="380" height="30" as="geometry" />
        </mxCell>
        <mxCell id="2lxf2-dTHjCysQbzNy2N-169" value="PK" style="shape=partialRectangle;connectable=0;fillColor=none;top=0;left=0;bottom=0;right=0;fontStyle=1;overflow=hidden;whiteSpace=wrap;html=1;" vertex="1" parent="2lxf2-dTHjCysQbzNy2N-168">
          <mxGeometry width="30" height="30" as="geometry">
            <mxRectangle width="30" height="30" as="alternateBounds" />
          </mxGeometry>
        </mxCell>
        <mxCell id="2lxf2-dTHjCysQbzNy2N-170" value="&amp;nbsp;INT id_empleado" style="shape=partialRectangle;connectable=0;fillColor=none;top=0;left=0;bottom=0;right=0;align=left;spacingLeft=6;fontStyle=5;overflow=hidden;whiteSpace=wrap;html=1;" vertex="1" parent="2lxf2-dTHjCysQbzNy2N-168">
          <mxGeometry x="30" width="350" height="30" as="geometry">
            <mxRectangle width="350" height="30" as="alternateBounds" />
          </mxGeometry>
        </mxCell>
        <mxCell id="2lxf2-dTHjCysQbzNy2N-171" value="" style="shape=tableRow;horizontal=0;startSize=0;swimlaneHead=0;swimlaneBody=0;fillColor=none;collapsible=0;dropTarget=0;points=[[0,0.5],[1,0.5]];portConstraint=eastwest;top=0;left=0;right=0;bottom=0;" vertex="1" parent="2lxf2-dTHjCysQbzNy2N-167">
          <mxGeometry y="60" width="380" height="30" as="geometry" />
        </mxCell>
        <mxCell id="2lxf2-dTHjCysQbzNy2N-172" value="" style="shape=partialRectangle;connectable=0;fillColor=none;top=0;left=0;bottom=0;right=0;editable=1;overflow=hidden;whiteSpace=wrap;html=1;" vertex="1" parent="2lxf2-dTHjCysQbzNy2N-171">
          <mxGeometry width="30" height="30" as="geometry">
            <mxRectangle width="30" height="30" as="alternateBounds" />
          </mxGeometry>
        </mxCell>
        <mxCell id="2lxf2-dTHjCysQbzNy2N-173" value="VARCHAR(50) nombre NOT NULL" style="shape=partialRectangle;connectable=0;fillColor=none;top=0;left=0;bottom=0;right=0;align=left;spacingLeft=6;overflow=hidden;whiteSpace=wrap;html=1;" vertex="1" parent="2lxf2-dTHjCysQbzNy2N-171">
          <mxGeometry x="30" width="350" height="30" as="geometry">
            <mxRectangle width="350" height="30" as="alternateBounds" />
          </mxGeometry>
        </mxCell>
        <mxCell id="2lxf2-dTHjCysQbzNy2N-174" value="" style="shape=tableRow;horizontal=0;startSize=0;swimlaneHead=0;swimlaneBody=0;fillColor=none;collapsible=0;dropTarget=0;points=[[0,0.5],[1,0.5]];portConstraint=eastwest;top=0;left=0;right=0;bottom=0;" vertex="1" parent="2lxf2-dTHjCysQbzNy2N-167">
          <mxGeometry y="90" width="380" height="30" as="geometry" />
        </mxCell>
        <mxCell id="2lxf2-dTHjCysQbzNy2N-175" value="" style="shape=partialRectangle;connectable=0;fillColor=none;top=0;left=0;bottom=0;right=0;editable=1;overflow=hidden;whiteSpace=wrap;html=1;" vertex="1" parent="2lxf2-dTHjCysQbzNy2N-174">
          <mxGeometry width="30" height="30" as="geometry">
            <mxRectangle width="30" height="30" as="alternateBounds" />
          </mxGeometry>
        </mxCell>
        <mxCell id="2lxf2-dTHjCysQbzNy2N-176" value="VARCHAR(60) apellido NOT NULL" style="shape=partialRectangle;connectable=0;fillColor=none;top=0;left=0;bottom=0;right=0;align=left;spacingLeft=6;overflow=hidden;whiteSpace=wrap;html=1;" vertex="1" parent="2lxf2-dTHjCysQbzNy2N-174">
          <mxGeometry x="30" width="350" height="30" as="geometry">
            <mxRectangle width="350" height="30" as="alternateBounds" />
          </mxGeometry>
        </mxCell>
        <mxCell id="2lxf2-dTHjCysQbzNy2N-177" value="" style="shape=tableRow;horizontal=0;startSize=0;swimlaneHead=0;swimlaneBody=0;fillColor=none;collapsible=0;dropTarget=0;points=[[0,0.5],[1,0.5]];portConstraint=eastwest;top=0;left=0;right=0;bottom=0;" vertex="1" parent="2lxf2-dTHjCysQbzNy2N-167">
          <mxGeometry y="120" width="380" height="30" as="geometry" />
        </mxCell>
        <mxCell id="2lxf2-dTHjCysQbzNy2N-178" value="" style="shape=partialRectangle;connectable=0;fillColor=none;top=0;left=0;bottom=0;right=0;editable=1;overflow=hidden;whiteSpace=wrap;html=1;" vertex="1" parent="2lxf2-dTHjCysQbzNy2N-177">
          <mxGeometry width="30" height="30" as="geometry">
            <mxRectangle width="30" height="30" as="alternateBounds" />
          </mxGeometry>
        </mxCell>
        <mxCell id="2lxf2-dTHjCysQbzNy2N-179" value="VARCHAR(9) dni NOT NULL UNIQUE" style="shape=partialRectangle;connectable=0;fillColor=none;top=0;left=0;bottom=0;right=0;align=left;spacingLeft=6;overflow=hidden;whiteSpace=wrap;html=1;" vertex="1" parent="2lxf2-dTHjCysQbzNy2N-177">
          <mxGeometry x="30" width="350" height="30" as="geometry">
            <mxRectangle width="350" height="30" as="alternateBounds" />
          </mxGeometry>
        </mxCell>
        <mxCell id="2lxf2-dTHjCysQbzNy2N-180" value="" style="shape=tableRow;horizontal=0;startSize=0;swimlaneHead=0;swimlaneBody=0;fillColor=none;collapsible=0;dropTarget=0;points=[[0,0.5],[1,0.5]];portConstraint=eastwest;top=0;left=0;right=0;bottom=0;" vertex="1" parent="2lxf2-dTHjCysQbzNy2N-167">
          <mxGeometry y="150" width="380" height="30" as="geometry" />
        </mxCell>
        <mxCell id="2lxf2-dTHjCysQbzNy2N-181" value="" style="shape=partialRectangle;connectable=0;fillColor=none;top=0;left=0;bottom=0;right=0;editable=1;overflow=hidden;whiteSpace=wrap;html=1;" vertex="1" parent="2lxf2-dTHjCysQbzNy2N-180">
          <mxGeometry width="30" height="30" as="geometry">
            <mxRectangle width="30" height="30" as="alternateBounds" />
          </mxGeometry>
        </mxCell>
        <mxCell id="2lxf2-dTHjCysQbzNy2N-182" value="DATE fecha_nacimiento NOT NULL" style="shape=partialRectangle;connectable=0;fillColor=none;top=0;left=0;bottom=0;right=0;align=left;spacingLeft=6;overflow=hidden;whiteSpace=wrap;html=1;" vertex="1" parent="2lxf2-dTHjCysQbzNy2N-180">
          <mxGeometry x="30" width="350" height="30" as="geometry">
            <mxRectangle width="350" height="30" as="alternateBounds" />
          </mxGeometry>
        </mxCell>
        <mxCell id="2lxf2-dTHjCysQbzNy2N-183" value="" style="shape=tableRow;horizontal=0;startSize=0;swimlaneHead=0;swimlaneBody=0;fillColor=none;collapsible=0;dropTarget=0;points=[[0,0.5],[1,0.5]];portConstraint=eastwest;top=0;left=0;right=0;bottom=0;" vertex="1" parent="2lxf2-dTHjCysQbzNy2N-167">
          <mxGeometry y="180" width="380" height="30" as="geometry" />
        </mxCell>
        <mxCell id="2lxf2-dTHjCysQbzNy2N-184" value="" style="shape=partialRectangle;connectable=0;fillColor=none;top=0;left=0;bottom=0;right=0;editable=1;overflow=hidden;whiteSpace=wrap;html=1;" vertex="1" parent="2lxf2-dTHjCysQbzNy2N-183">
          <mxGeometry width="30" height="30" as="geometry">
            <mxRectangle width="30" height="30" as="alternateBounds" />
          </mxGeometry>
        </mxCell>
        <mxCell id="2lxf2-dTHjCysQbzNy2N-185" value="VARCHAR(100) correo NOT NULL UNIQUE" style="shape=partialRectangle;connectable=0;fillColor=none;top=0;left=0;bottom=0;right=0;align=left;spacingLeft=6;overflow=hidden;whiteSpace=wrap;html=1;" vertex="1" parent="2lxf2-dTHjCysQbzNy2N-183">
          <mxGeometry x="30" width="350" height="30" as="geometry">
            <mxRectangle width="350" height="30" as="alternateBounds" />
          </mxGeometry>
        </mxCell>
        <mxCell id="2lxf2-dTHjCysQbzNy2N-186" value="" style="shape=tableRow;horizontal=0;startSize=0;swimlaneHead=0;swimlaneBody=0;fillColor=none;collapsible=0;dropTarget=0;points=[[0,0.5],[1,0.5]];portConstraint=eastwest;top=0;left=0;right=0;bottom=0;" vertex="1" parent="2lxf2-dTHjCysQbzNy2N-167">
          <mxGeometry y="210" width="380" height="30" as="geometry" />
        </mxCell>
        <mxCell id="2lxf2-dTHjCysQbzNy2N-187" value="" style="shape=partialRectangle;connectable=0;fillColor=none;top=0;left=0;bottom=0;right=0;editable=1;overflow=hidden;whiteSpace=wrap;html=1;" vertex="1" parent="2lxf2-dTHjCysQbzNy2N-186">
          <mxGeometry width="30" height="30" as="geometry">
            <mxRectangle width="30" height="30" as="alternateBounds" />
          </mxGeometry>
        </mxCell>
-         <mxCell id="2lxf2-dTHjCysQbzNy2N-188" value="VARCHAR(100) contraseña NOT NULL UNIQUE" style="shape=partialRectangle;connectable=0;fillColor=none;top=0;left=0;bottom=0;right=0;align=left;spacingLeft=6;overflow=hidden;whiteSpace=wrap;html=1;" vertex="1" parent="2lxf2-dTHjCysQbzNy2N-186">
+         <mxCell id="2lxf2-dTHjCysQbzNy2N-188" value="VARCHAR(100) contraseña NOT NULL&amp;nbsp;" style="shape=partialRectangle;connectable=0;fillColor=none;top=0;left=0;bottom=0;right=0;align=left;spacingLeft=6;overflow=hidden;whiteSpace=wrap;html=1;" vertex="1" parent="2lxf2-dTHjCysQbzNy2N-186">
          <mxGeometry x="30" width="350" height="30" as="geometry">
            <mxRectangle width="350" height="30" as="alternateBounds" />
          </mxGeometry>
        </mxCell>
        <mxCell id="2lxf2-dTHjCysQbzNy2N-192" value="" style="shape=tableRow;horizontal=0;startSize=0;swimlaneHead=0;swimlaneBody=0;fillColor=none;collapsible=0;dropTarget=0;points=[[0,0.5],[1,0.5]];portConstraint=eastwest;top=0;left=0;right=0;bottom=0;" vertex="1" parent="2lxf2-dTHjCysQbzNy2N-167">
          <mxGeometry y="240" width="380" height="30" as="geometry" />
        </mxCell>
        <mxCell id="2lxf2-dTHjCysQbzNy2N-193" value="" style="shape=partialRectangle;connectable=0;fillColor=none;top=0;left=0;bottom=0;right=0;editable=1;overflow=hidden;whiteSpace=wrap;html=1;" vertex="1" parent="2lxf2-dTHjCysQbzNy2N-192">
          <mxGeometry width="30" height="30" as="geometry">
            <mxRectangle width="30" height="30" as="alternateBounds" />
          </mxGeometry>
        </mxCell>
        <mxCell id="2lxf2-dTHjCysQbzNy2N-194" value="VARCHAR(100) direccion NOT NULL" style="shape=partialRectangle;connectable=0;fillColor=none;top=0;left=0;bottom=0;right=0;align=left;spacingLeft=6;overflow=hidden;whiteSpace=wrap;html=1;" vertex="1" parent="2lxf2-dTHjCysQbzNy2N-192">
          <mxGeometry x="30" width="350" height="30" as="geometry">
            <mxRectangle width="350" height="30" as="alternateBounds" />
          </mxGeometry>
        </mxCell>
        <mxCell id="2lxf2-dTHjCysQbzNy2N-195" style="edgeStyle=orthogonalEdgeStyle;rounded=0;orthogonalLoop=1;jettySize=auto;html=1;exitX=1;exitY=0.5;exitDx=0;exitDy=0;entryX=0;entryY=0.5;entryDx=0;entryDy=0;" edge="1" parent="1" source="2lxf2-dTHjCysQbzNy2N-2" target="2lxf2-dTHjCysQbzNy2N-58">
          <mxGeometry relative="1" as="geometry" />
        </mxCell>
        <mxCell id="2lxf2-dTHjCysQbzNy2N-196" style="edgeStyle=orthogonalEdgeStyle;rounded=0;orthogonalLoop=1;jettySize=auto;html=1;exitX=1;exitY=0.5;exitDx=0;exitDy=0;" edge="1" parent="1" source="2lxf2-dTHjCysQbzNy2N-31" target="2lxf2-dTHjCysQbzNy2N-152">
          <mxGeometry relative="1" as="geometry" />
        </mxCell>
        <mxCell id="2lxf2-dTHjCysQbzNy2N-200" style="edgeStyle=orthogonalEdgeStyle;rounded=0;orthogonalLoop=1;jettySize=auto;html=1;exitX=1;exitY=0.5;exitDx=0;exitDy=0;entryX=0;entryY=0.5;entryDx=0;entryDy=0;" edge="1" parent="1" source="2lxf2-dTHjCysQbzNy2N-149" target="2lxf2-dTHjCysQbzNy2N-62">
          <mxGeometry relative="1" as="geometry" />
        </mxCell>
        <mxCell id="2lxf2-dTHjCysQbzNy2N-201" style="edgeStyle=orthogonalEdgeStyle;rounded=0;orthogonalLoop=1;jettySize=auto;html=1;exitX=1;exitY=0.5;exitDx=0;exitDy=0;entryX=0;entryY=0.5;entryDx=0;entryDy=0;" edge="1" parent="1" source="2lxf2-dTHjCysQbzNy2N-89" target="2lxf2-dTHjCysQbzNy2N-120">
          <mxGeometry relative="1" as="geometry" />
        </mxCell>
      </root>
    </mxGraphModel>
  </diagram>
</mxfile>
